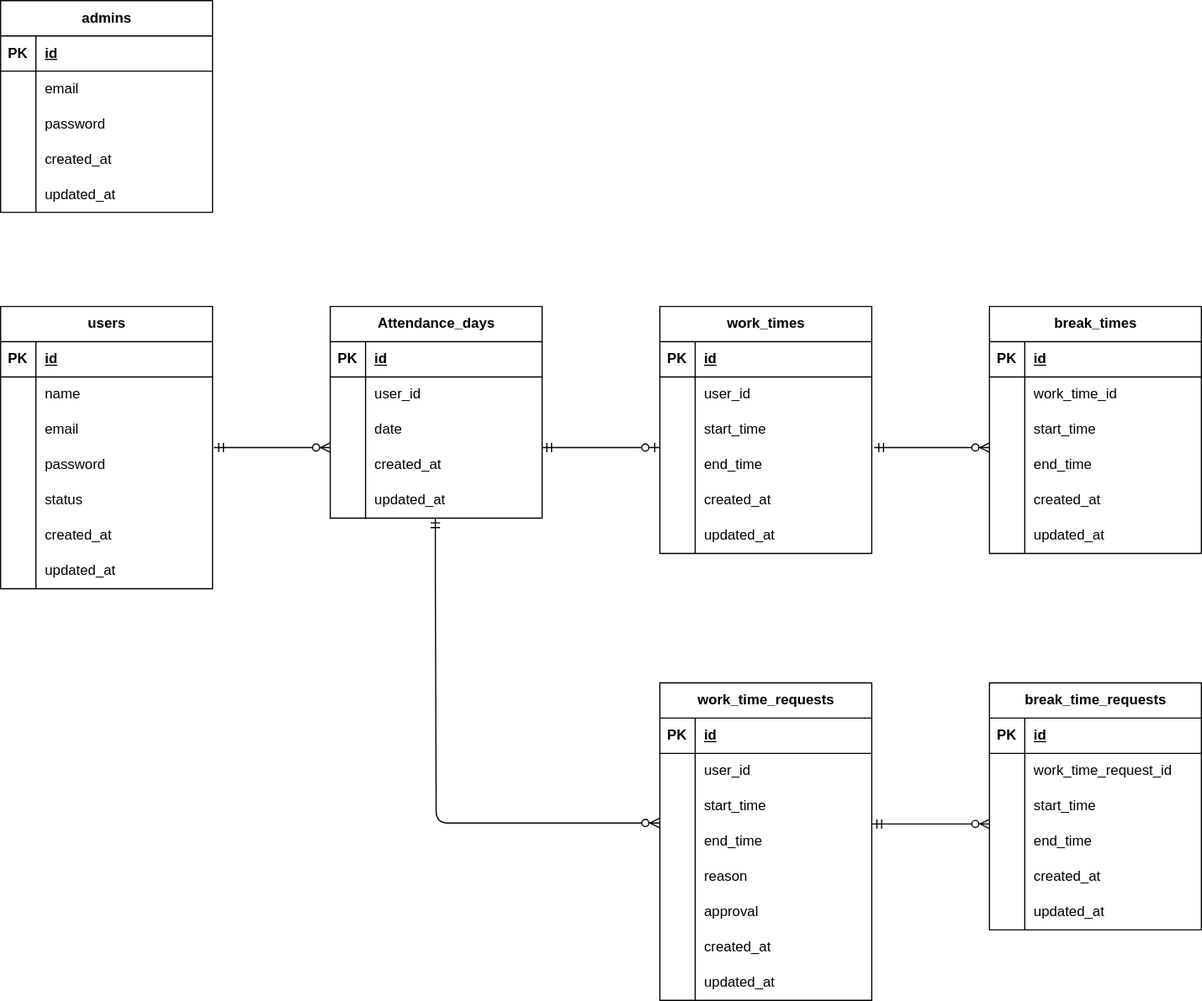
Above: erd.drawio.svg in oura-takeshi/attendance-management (draw.io), before the change. Source tidied: cells renumbered, new cells last; positions are measured from the earlier drawing's top-left corner, leaving out a move shared by most shapes.
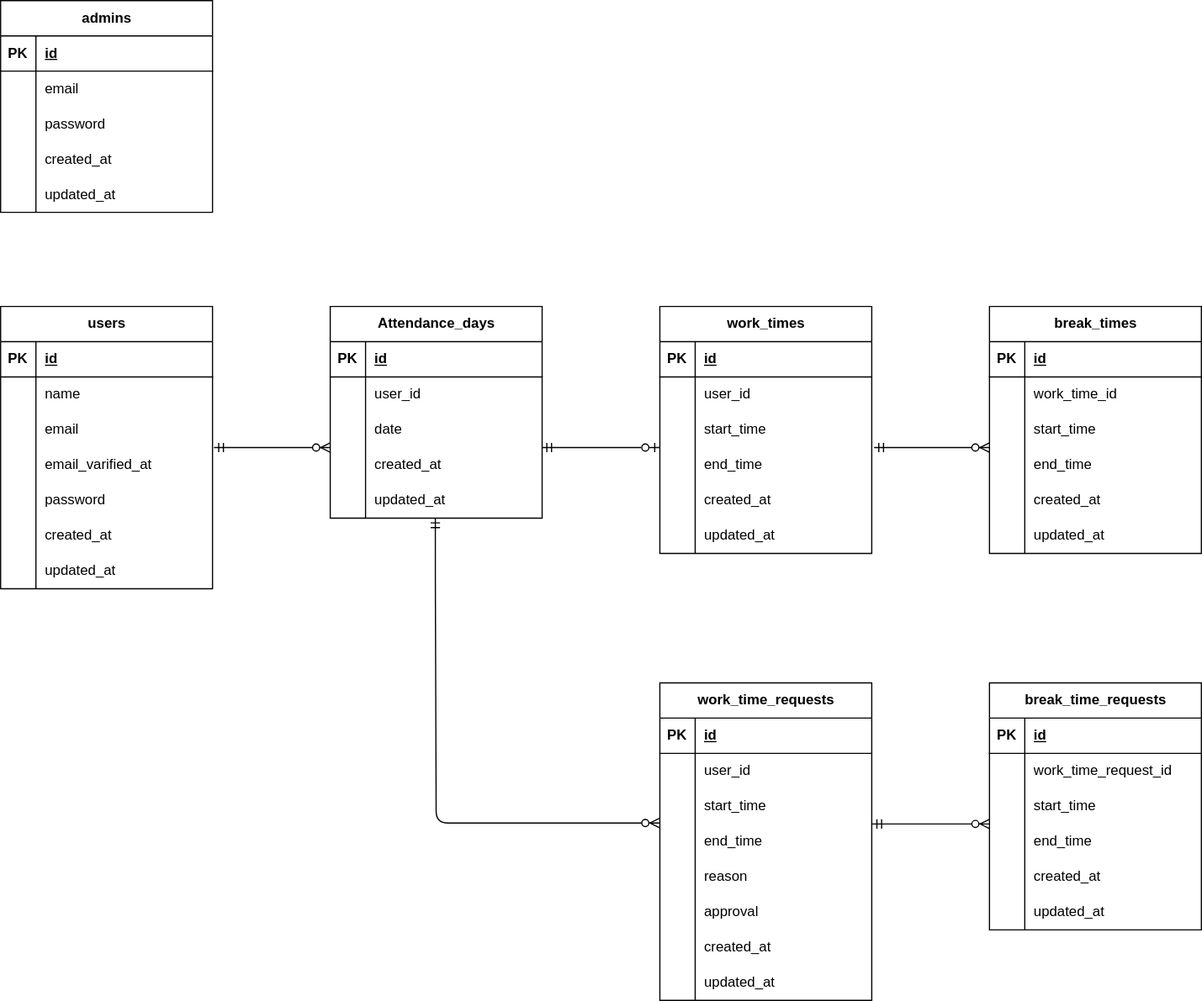
After the commit.

Diff of the diagram source:
```diff
@@ -38,7 +38,7 @@
     <mxCell id="13" style="shape=partialRectangle;fillColor=none;top=0;left=0;bottom=0;right=0;overflow=hidden;whiteSpace=wrap;html=1;" parent="12" vertex="1">
       <mxGeometry width="30" height="30" as="geometry" />
     </mxCell>
-    <mxCell id="14" value="password" style="shape=partialRectangle;fillColor=none;top=0;left=0;bottom=0;right=0;align=left;spacingLeft=6;overflow=hidden;whiteSpace=wrap;html=1;" parent="12" vertex="1">
+    <mxCell id="14" value="email_varified_at" style="shape=partialRectangle;fillColor=none;top=0;left=0;bottom=0;right=0;align=left;spacingLeft=6;overflow=hidden;whiteSpace=wrap;html=1;" parent="12" vertex="1">
       <mxGeometry x="30" width="150" height="30" as="geometry" />
     </mxCell>
     <mxCell id="15" style="shape=tableRow;horizontal=0;startSize=0;swimlaneHead=0;swimlaneBody=0;fillColor=none;top=0;left=0;right=0;bottom=0;" parent="2" vertex="1">
@@ -47,7 +47,7 @@
     <mxCell id="16" style="shape=partialRectangle;fillColor=none;top=0;left=0;bottom=0;right=0;overflow=hidden;whiteSpace=wrap;html=1;" parent="15" vertex="1">
       <mxGeometry width="30" height="30" as="geometry" />
     </mxCell>
-    <mxCell id="17" value="status" style="shape=partialRectangle;fillColor=none;top=0;left=0;bottom=0;right=0;align=left;spacingLeft=6;overflow=hidden;whiteSpace=wrap;html=1;" parent="15" vertex="1">
+    <mxCell id="17" value="password" style="shape=partialRectangle;fillColor=none;top=0;left=0;bottom=0;right=0;align=left;spacingLeft=6;overflow=hidden;whiteSpace=wrap;html=1;" parent="15" vertex="1">
       <mxGeometry x="30" width="150" height="30" as="geometry" />
     </mxCell>
     <mxCell id="18" style="shape=tableRow;horizontal=0;startSize=0;swimlaneHead=0;swimlaneBody=0;fillColor=none;top=0;left=0;right=0;bottom=0;" parent="2" vertex="1">
```
